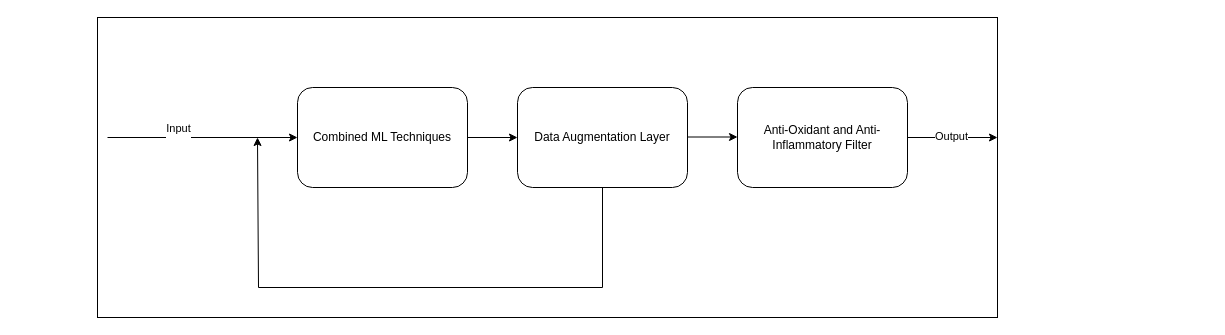
Before: Untitled Diagram.drawio in qvelard/BiomolGeneration, a draw.io diagram. Source tidied: cells renumbered, new cells numbered last; positions are measured from the earlier drawing's top-left corner, leaving out a move shared by most shapes. Both pictures are drawn from the tidied source at 100%, with x=0, y=0 at pixel (97, 17).
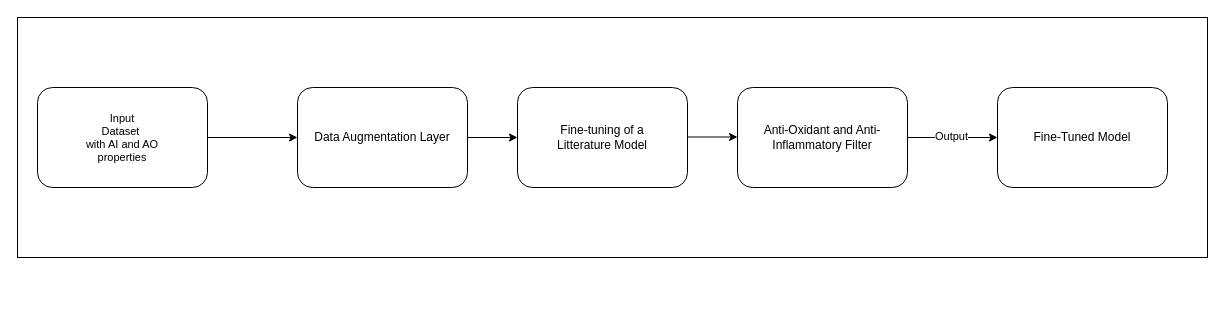
The same diagram, later.

What changed in the source:
```diff
@@
 <mxGraphModel>
   <root>
     <mxCell id="0" />
     <mxCell id="1" parent="0" />
-    <mxCell id="2" style="rounded=0;whiteSpace=wrap;html=1;shadow=0;" parent="1" vertex="1">
-      <mxGeometry width="900" height="300" as="geometry" />
+    <mxCell id="2" value="&lt;br&gt;&lt;br&gt;&lt;div&gt;&lt;br/&gt;&lt;/div&gt;" style="rounded=0;whiteSpace=wrap;html=1;shadow=0;" parent="1" vertex="1">
+      <mxGeometry x="-80" width="1190" height="240" as="geometry" />
     </mxCell>
-    <mxCell id="3" value="Combined ML Techniques" style="rounded=1;whiteSpace=wrap;html=1;fontSize=12;glass=0;strokeWidth=1;shadow=0;" parent="1" vertex="1">
-      <mxGeometry x="200" y="70" width="170" height="100" as="geometry" />
+    <mxCell id="3" value="&lt;div&gt;Fine-tuning of a&lt;/div&gt;Litterature Model" style="rounded=1;whiteSpace=wrap;html=1;fontSize=12;glass=0;strokeWidth=1;shadow=0;" parent="1" vertex="1">
+      <mxGeometry x="420" y="70" width="170" height="100" as="geometry" />
     </mxCell>
-    <mxCell id="4" style="edgeStyle=orthogonalEdgeStyle;rounded=0;jettySize=auto;html=1;exitX=0.5;exitY=1;exitDx=0;exitDy=0;" parent="1" edge="1" source="5">
-      <mxGeometry relative="1" as="geometry">
-        <mxPoint x="160" y="120" as="targetPoint" />
-        <Array as="points">
-          <mxPoint x="505" y="270" />
-          <mxPoint x="161" y="270" />
-        </Array>
-      </mxGeometry>
-    </mxCell>
+    <mxCell id="13" style="edgeStyle=orthogonalEdgeStyle;rounded=0;jettySize=auto;html=1;exitX=1;exitY=0.5;exitDx=0;exitDy=0;entryX=0;entryY=0.5;entryDx=0;entryDy=0;" parent="1" edge="1" source="5" target="3">
+      <mxGeometry relative="1" as="geometry" />
+    </mxCell>
     <mxCell id="5" value="Data Augmentation Layer" style="rounded=1;whiteSpace=wrap;html=1;fontSize=12;glass=0;strokeWidth=1;shadow=0;" parent="1" vertex="1">
-      <mxGeometry x="420" y="70" width="170" height="100" as="geometry" />
+      <mxGeometry x="200" y="70" width="170" height="100" as="geometry" />
     </mxCell>
     <mxCell id="6" style="edgeStyle=orthogonalEdgeStyle;rounded=0;jettySize=auto;html=1;exitX=1;exitY=0.5;exitDx=0;exitDy=0;" parent="1" edge="1" source="8">
       <mxGeometry relative="1" as="geometry">
         <mxPoint x="900" y="120" as="targetPoint" />
       </mxGeometry>
     </mxCell>
     <mxCell id="7" value="Output" style="edgeLabel;html=1;align=center;verticalAlign=middle;" parent="6" vertex="1">
       <mxGeometry x="-0.05" y="2" relative="1" as="geometry" />
     </mxCell>
     <mxCell id="8" value="Anti-Oxidant and Anti-Inflammatory Filter" style="rounded=1;whiteSpace=wrap;html=1;fontSize=12;glass=0;strokeWidth=1;shadow=0;" parent="1" vertex="1">
       <mxGeometry x="640" y="70" width="170" height="100" as="geometry" />
     </mxCell>
-    <mxCell id="9" style="endArrow=classic;html=1;rounded=0;exitX=1;exitY=0.5;exitDx=0;exitDy=0;entryX=0;entryY=0.5;entryDx=0;entryDy=0;" parent="1" edge="1" source="3" target="5">
-      <mxGeometry relative="1" as="geometry" />
-    </mxCell>
     <mxCell id="10" style="endArrow=classic;html=1;rounded=0;exitX=1;exitY=0.5;exitDx=0;exitDy=0;entryX=0;entryY=0.5;entryDx=0;entryDy=0;" parent="1" edge="1">
       <mxGeometry relative="1" as="geometry">
         <mxPoint x="590" y="119.5" as="sourcePoint" />
         <mxPoint x="640" y="119.5" as="targetPoint" />
       </mxGeometry>
     </mxCell>
-    <mxCell id="11" style="endArrow=classic;html=1;rounded=0;entryX=0;entryY=0.5;entryDx=0;entryDy=0;" parent="1" edge="1" target="3">
-      <mxGeometry relative="1" as="geometry">
-        <mxPoint x="10" y="120" as="sourcePoint" />
-      </mxGeometry>
-    </mxCell>
-    <mxCell id="12" value="Input&lt;div&gt;&lt;br&gt;&lt;/div&gt;" style="edgeLabel;html=1;align=center;verticalAlign=middle;" parent="11" vertex="1">
-      <mxGeometry x="-0.58" y="3" relative="1" as="geometry">
-        <mxPoint x="30" as="offset" />
-      </mxGeometry>
-    </mxCell>
+    <mxCell id="14" value="Fine-Tuned Model" style="rounded=1;whiteSpace=wrap;html=1;fontSize=12;glass=0;strokeWidth=1;shadow=0;" parent="1" vertex="1">
+      <mxGeometry x="900" y="70" width="170" height="100" as="geometry" />
+    </mxCell>
+    <mxCell id="15" style="endArrow=classic;html=1;rounded=0;entryX=0;entryY=0.5;entryDx=0;entryDy=0;" parent="1" edge="1" target="5">
+      <mxGeometry relative="1" as="geometry">
+        <mxPoint x="110" y="120" as="sourcePoint" />
+      </mxGeometry>
+    </mxCell>
+    <mxCell id="16" value="&lt;span style=&quot;text-wrap-mode: nowrap; font-size: 11px; background-color: rgb(255, 255, 255);&quot;&gt;Input&lt;/span&gt;&lt;div style=&quot;text-wrap-mode: nowrap; font-size: 11px;&quot;&gt;Dataset&amp;nbsp;&lt;/div&gt;&lt;div style=&quot;text-wrap-mode: nowrap; font-size: 11px;&quot;&gt;with AI and AO&lt;/div&gt;&lt;div style=&quot;text-wrap-mode: nowrap; font-size: 11px;&quot;&gt;properties&lt;/div&gt;" style="rounded=1;whiteSpace=wrap;html=1;fontSize=12;glass=0;strokeWidth=1;shadow=0;" parent="1" vertex="1">
+      <mxGeometry x="-60" y="70" width="170" height="100" as="geometry" />
+    </mxCell>
   </root>
 </mxGraphModel>
```
